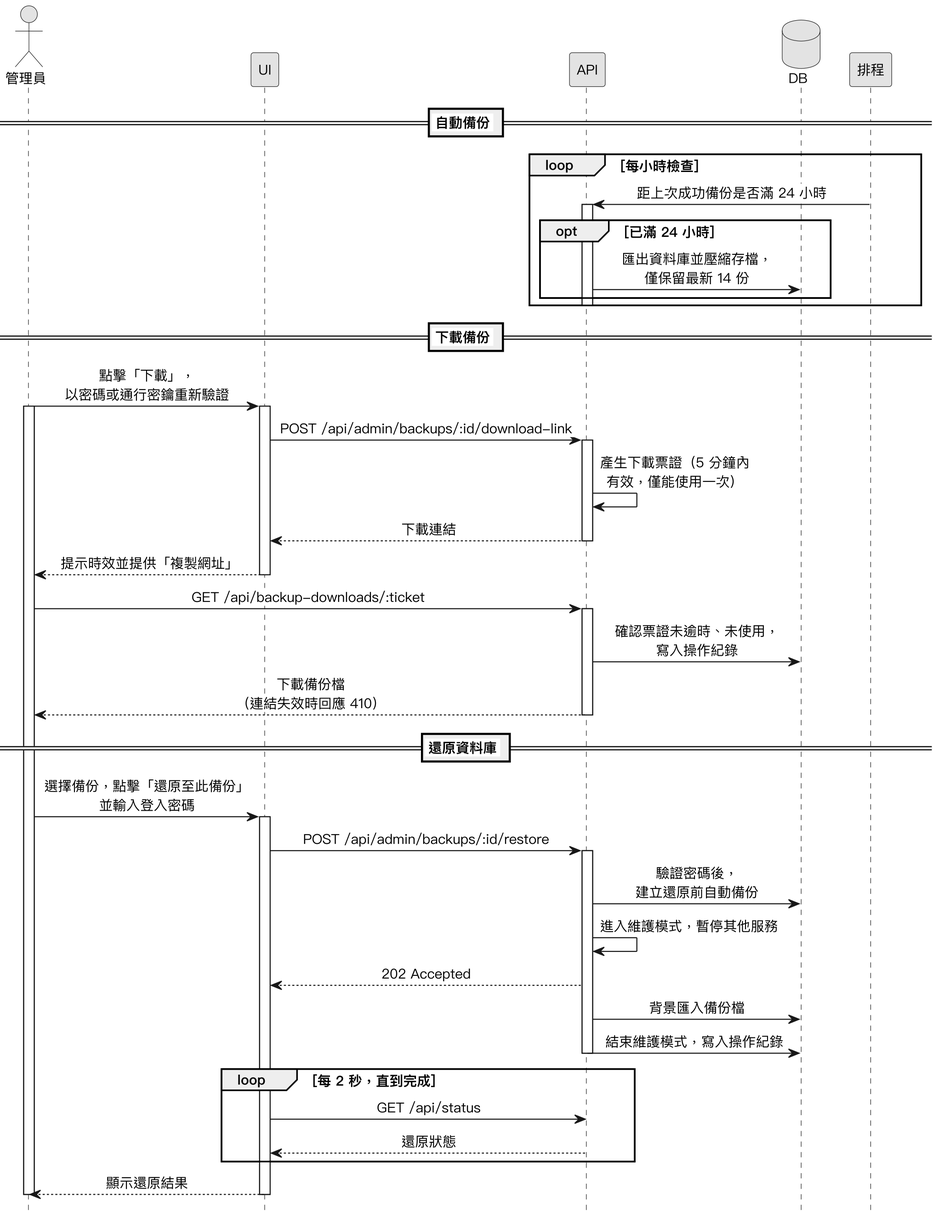
The PlantUML diagram Diagrams/Sequence Diagrams/v3/seq_backup_restore.png in SaveMyBook/SaveMyBook, before a commit.
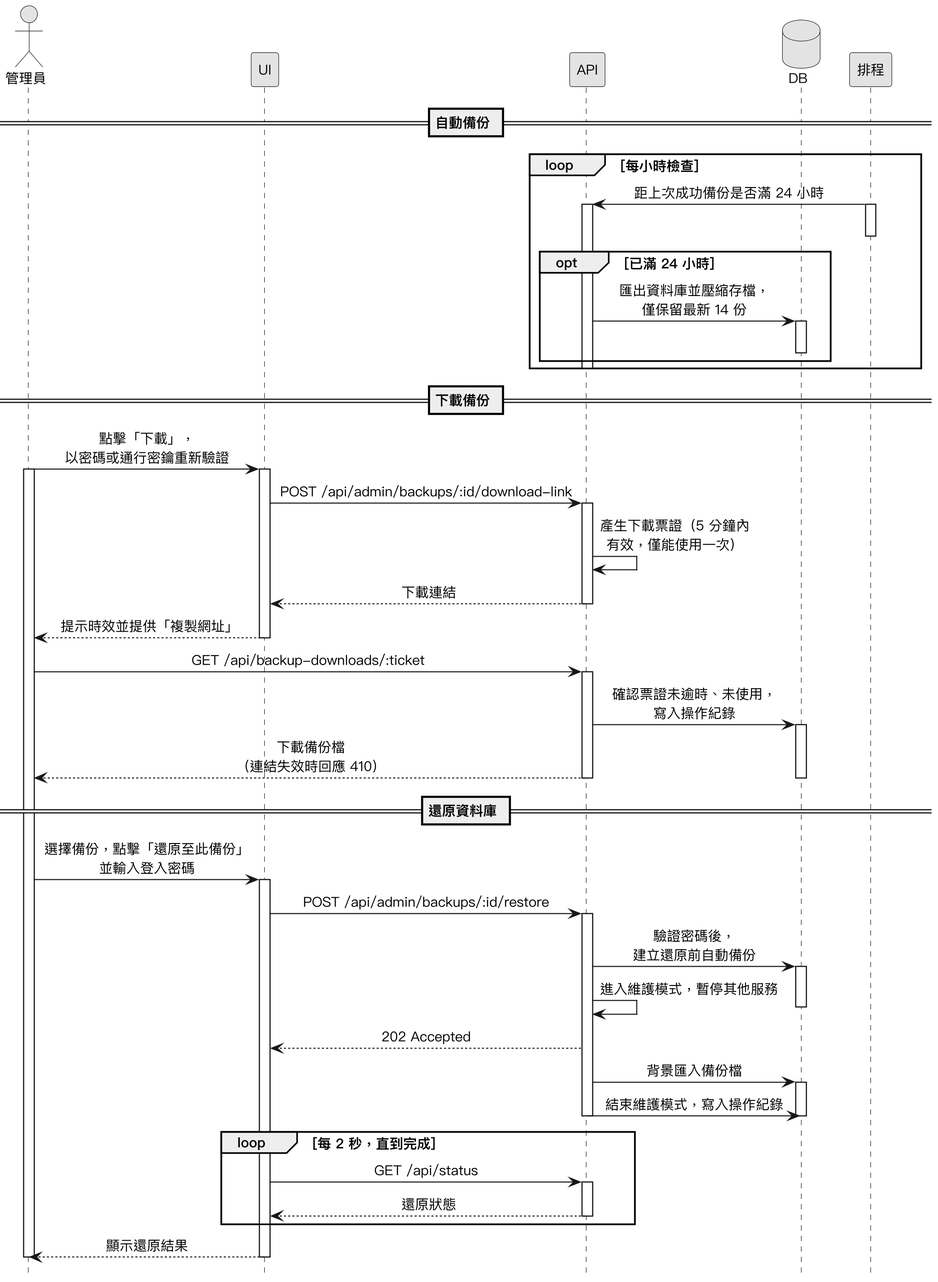
The same file after the commit.

What changed in the source:
```diff
@@ -17,9 +17,12 @@
 == 自動備份 ==
 loop 每小時檢查
   排程 -> API : 距上次成功備份是否滿 24 小時
+  activate 排程
   activate API
+  deactivate 排程
   opt 已滿 24 小時
-    API -> DB : 匯出資料庫並壓縮存檔，\n僅保留最新 14 份
+    API -> DB ++ : 匯出資料庫並壓縮存檔，\n僅保留最新 14 份
+    deactivate DB
   end
   deactivate API
 end
@@ -38,7 +41,9 @@
 管理員 -> API : GET /api/backup-downloads/:ticket
 activate API
 API -> DB : 確認票證未逾時、未使用，\n寫入操作紀錄
+activate DB
 API --> 管理員 : 下載備份檔\n（連結失效時回應 410）
+deactivate DB
 deactivate API
 
 == 還原資料庫 ==
@@ -47,14 +52,20 @@
 UI -> API : POST /api/admin/backups/:id/restore
 activate API
 API -> DB : 驗證密碼後，\n建立還原前自動備份
+activate DB
 API -> API : 進入維護模式，暫停其他服務
+deactivate DB
 API --> UI : 202 Accepted
 API -> DB : 背景匯入備份檔
+activate DB
 API -> DB : 結束維護模式，寫入操作紀錄
+deactivate DB
 deactivate API
 loop 每 2 秒，直到完成
   UI -> API : GET /api/status
+  activate API
   API --> UI : 還原狀態
+  deactivate API
 end
 UI --> 管理員 : 顯示還原結果
 deactivate UI
```
